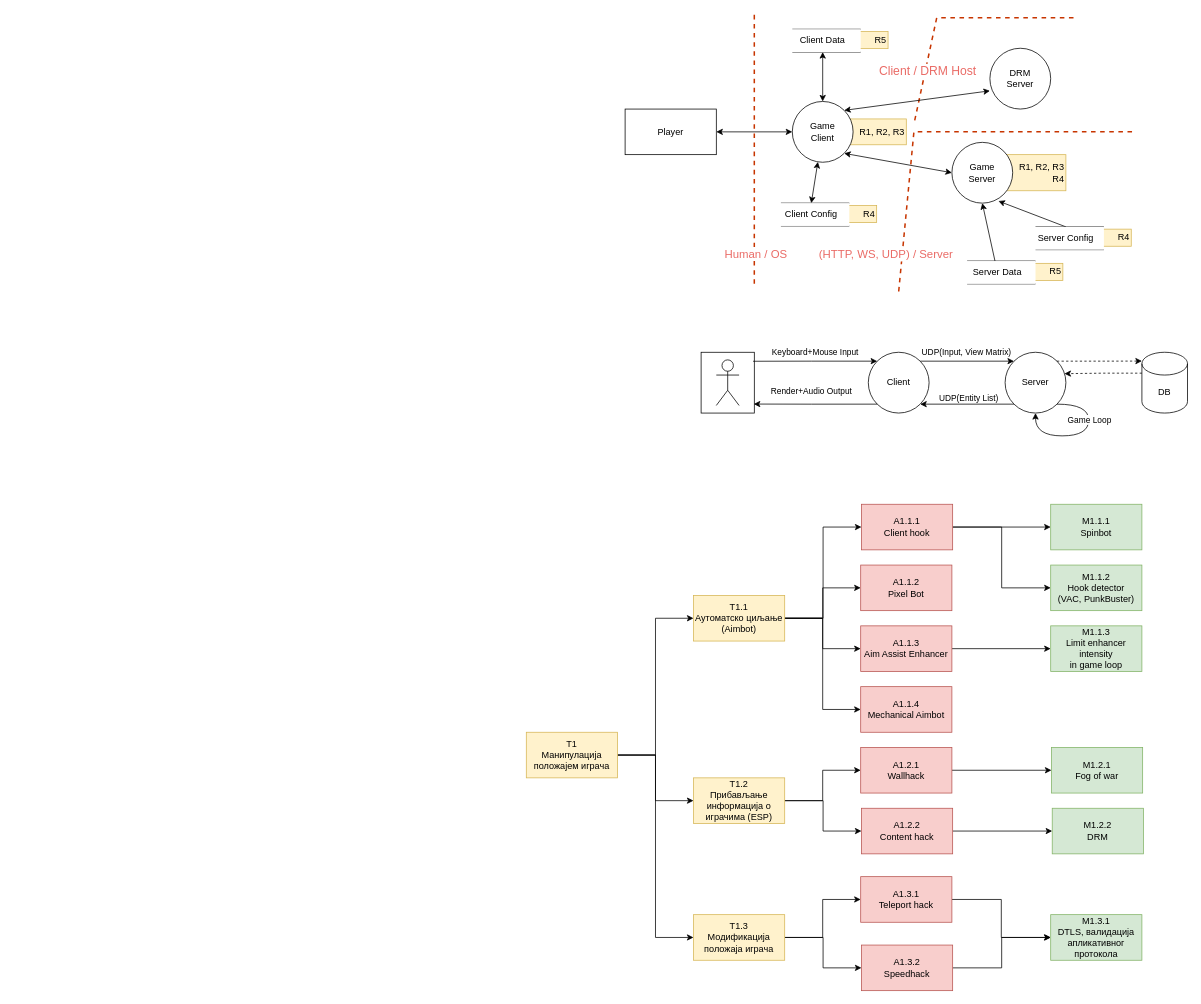
Earlier version of the draw.io diagram fps/diagram.drawio (magley/game-threat-model). Source tidied: cells renumbered, new cells numbered last; positions are measured from the earlier drawing's top-left corner, leaving out a move shared by most shapes. Both pictures are drawn from the tidied source at 76%, with x=0, y=0 at pixel (526, 14).
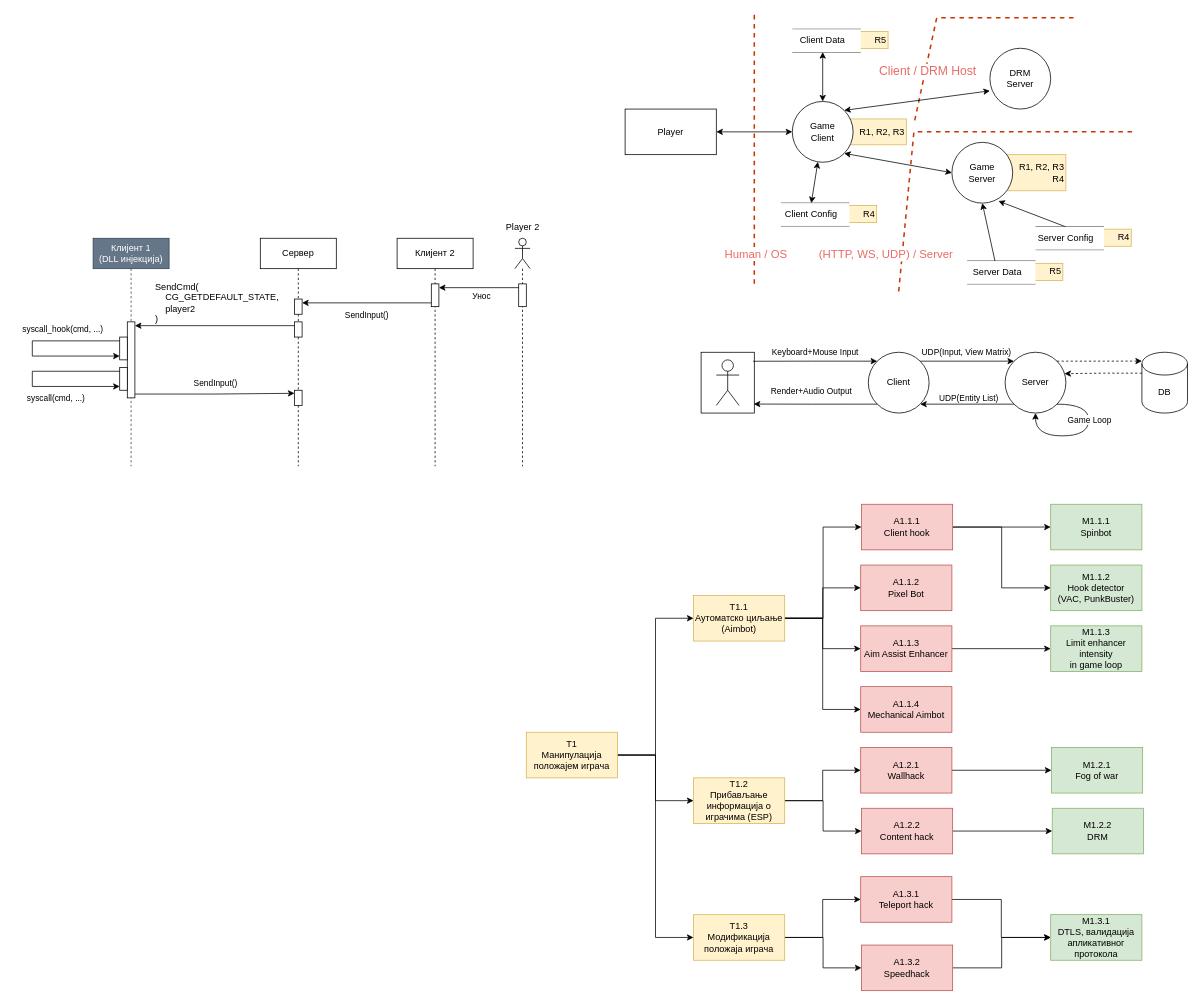
The same page after the edit.

Commit message (it also covers changes not shown here):
docs: Описан напад `client hook aimbot`

Diff of the diagram source:
```diff
@@
+    <mxCell id="90" value="Клијент 1&lt;div&gt;(DLL инјекција)&lt;/div&gt;" style="shape=umlLifeline;perimeter=lifelinePerimeter;whiteSpace=wrap;html=1;newEdgeStyle={&quot;curved&quot;:0,&quot;rounded&quot;:0};fillColor=#647687;fontColor=#ffffff;strokeColor=#314354;" parent="1" vertex="1">
+      <mxGeometry x="-570" y="295" width="100" height="300" as="geometry" />
+    </mxCell>
+    <mxCell id="91" style="edgeStyle=orthogonalEdgeStyle;rounded=0;jettySize=auto;html=1;curved=0;exitX=1;exitY=1;exitDx=0;exitDy=-5;exitPerimeter=0;" parent="90" edge="1" source="92">
+      <mxGeometry relative="1" as="geometry">
+        <mxPoint x="265" y="204" as="targetPoint" />
+      </mxGeometry>
+    </mxCell>
+    <mxCell id="92" style="html=1;points=[[0,0,0,0,5],[0,1,0,0,-5],[1,0,0,0,5],[1,1,0,0,-5]];perimeter=orthogonalPerimeter;outlineConnect=0;targetShapes=umlLifeline;portConstraint=eastwest;newEdgeStyle={&quot;curved&quot;:0,&quot;rounded&quot;:0};" parent="90" vertex="1">
+      <mxGeometry x="45" y="110" width="10" height="100" as="geometry" />
+    </mxCell>
+    <mxCell id="93" style="html=1;points=[[0,0,0,0,5],[0,1,0,0,-5],[1,0,0,0,5],[1,1,0,0,-5]];perimeter=orthogonalPerimeter;outlineConnect=0;targetShapes=umlLifeline;portConstraint=eastwest;newEdgeStyle={&quot;curved&quot;:0,&quot;rounded&quot;:0};" parent="90" vertex="1">
+      <mxGeometry x="35" y="130" width="10" height="30" as="geometry" />
+    </mxCell>
+    <mxCell id="94" style="edgeStyle=orthogonalEdgeStyle;rounded=0;orthogonalLoop=1;jettySize=auto;html=1;curved=0;exitX=0;exitY=0;exitDx=0;exitDy=5;exitPerimeter=0;entryX=0;entryY=1;entryDx=0;entryDy=-5;entryPerimeter=0;" parent="90" edge="1" source="93" target="93">
+      <mxGeometry relative="1" as="geometry">
+        <Array as="points">
+          <mxPoint x="-80" y="135" />
+          <mxPoint x="-80" y="155" />
+        </Array>
+      </mxGeometry>
+    </mxCell>
+    <mxCell id="95" style="html=1;points=[[0,0,0,0,5],[0,1,0,0,-5],[1,0,0,0,5],[1,1,0,0,-5]];perimeter=orthogonalPerimeter;outlineConnect=0;targetShapes=umlLifeline;portConstraint=eastwest;newEdgeStyle={&quot;curved&quot;:0,&quot;rounded&quot;:0};" parent="90" vertex="1">
+      <mxGeometry x="35" y="170" width="10" height="30" as="geometry" />
+    </mxCell>
+    <mxCell id="96" style="edgeStyle=orthogonalEdgeStyle;rounded=0;orthogonalLoop=1;jettySize=auto;html=1;curved=0;exitX=0;exitY=0;exitDx=0;exitDy=5;exitPerimeter=0;entryX=0;entryY=1;entryDx=0;entryDy=-5;entryPerimeter=0;" parent="90" edge="1" source="95" target="95">
+      <mxGeometry relative="1" as="geometry">
+        <Array as="points">
+          <mxPoint x="-80" y="175" />
+          <mxPoint x="-80" y="195" />
+        </Array>
+      </mxGeometry>
+    </mxCell>
+    <mxCell id="97" value="syscall(cmd, ...)" style="edgeLabel;html=1;align=center;verticalAlign=middle;" parent="96" vertex="1">
+      <mxGeometry x="-0.29" y="2" relative="1" as="geometry">
+        <mxPoint x="4" y="33" as="offset" />
+      </mxGeometry>
+    </mxCell>
+    <mxCell id="98" value="Сервер" style="shape=umlLifeline;perimeter=lifelinePerimeter;whiteSpace=wrap;html=1;newEdgeStyle={&quot;curved&quot;:0,&quot;rounded&quot;:0};" parent="1" vertex="1">
+      <mxGeometry x="-350" y="295" width="100" height="300" as="geometry" />
+    </mxCell>
+    <mxCell id="99" style="html=1;points=[[0,0,0,0,5],[0,1,0,0,-5],[1,0,0,0,5],[1,1,0,0,-5]];perimeter=orthogonalPerimeter;outlineConnect=0;targetShapes=umlLifeline;portConstraint=eastwest;newEdgeStyle={&quot;curved&quot;:0,&quot;rounded&quot;:0};" parent="98" vertex="1">
+      <mxGeometry x="45" y="80" width="10" height="20" as="geometry" />
+    </mxCell>
+    <mxCell id="100" style="html=1;points=[[0,0,0,0,5],[0,1,0,0,-5],[1,0,0,0,5],[1,1,0,0,-5]];perimeter=orthogonalPerimeter;outlineConnect=0;targetShapes=umlLifeline;portConstraint=eastwest;newEdgeStyle={&quot;curved&quot;:0,&quot;rounded&quot;:0};" parent="98" vertex="1">
+      <mxGeometry x="45" y="110" width="10" height="20" as="geometry" />
+    </mxCell>
+    <mxCell id="101" style="html=1;perimeter=orthogonalPerimeter;targetShapes=umlLifeline;newEdgeStyle={&quot;curved&quot;:0,&quot;rounded&quot;:0};" parent="98" vertex="1">
+      <mxGeometry x="45" y="200" width="10" height="20" as="geometry" />
+    </mxCell>
+    <mxCell id="102" value="Клијент 2" style="shape=umlLifeline;perimeter=lifelinePerimeter;whiteSpace=wrap;html=1;newEdgeStyle={&quot;curved&quot;:0,&quot;rounded&quot;:0};" parent="1" vertex="1">
+      <mxGeometry x="-170" y="295" width="100" height="300" as="geometry" />
+    </mxCell>
+    <mxCell id="103" style="html=1;points=[[0,0,0,0,5],[0,1,0,0,-5],[1,0,0,0,5],[1,1,0,0,-5]];perimeter=orthogonalPerimeter;outlineConnect=0;targetShapes=umlLifeline;portConstraint=eastwest;newEdgeStyle={&quot;curved&quot;:0,&quot;rounded&quot;:0};" parent="102" vertex="1">
+      <mxGeometry x="45" y="60" width="10" height="30" as="geometry" />
+    </mxCell>
+    <mxCell id="104" style="shape=umlLifeline;perimeter=lifelinePerimeter;whiteSpace=wrap;html=1;newEdgeStyle={&quot;curved&quot;:0,&quot;rounded&quot;:0};participant=umlActor;" parent="1" vertex="1">
+      <mxGeometry x="-15" y="295" width="20" height="300" as="geometry" />
+    </mxCell>
+    <mxCell id="105" style="html=1;points=[[0,0,0,0,5],[0,1,0,0,-5],[1,0,0,0,5],[1,1,0,0,-5]];perimeter=orthogonalPerimeter;outlineConnect=0;targetShapes=umlLifeline;portConstraint=eastwest;newEdgeStyle={&quot;curved&quot;:0,&quot;rounded&quot;:0};" parent="104" vertex="1">
+      <mxGeometry x="5" y="60" width="10" height="30" as="geometry" />
+    </mxCell>
+    <mxCell id="106" value="Player 2" style="text;html=1;align=center;verticalAlign=middle;strokeColor=none;fillColor=none;" parent="1" vertex="1">
+      <mxGeometry x="-40" y="265" width="70" height="30" as="geometry" />
+    </mxCell>
+    <mxCell id="107" style="edgeStyle=orthogonalEdgeStyle;rounded=0;jettySize=auto;html=1;curved=0;exitX=0;exitY=0;exitDx=0;exitDy=5;exitPerimeter=0;entryX=1;entryY=0;entryDx=0;entryDy=5;entryPerimeter=0;" parent="1" edge="1" source="105" target="103">
+      <mxGeometry relative="1" as="geometry" />
+    </mxCell>
+    <mxCell id="108" value="Унос" style="edgeLabel;html=1;align=center;verticalAlign=middle;" parent="107" vertex="1">
+      <mxGeometry x="0.18" y="3" relative="1" as="geometry">
+        <mxPoint x="12" y="7" as="offset" />
+      </mxGeometry>
+    </mxCell>
+    <mxCell id="109" style="edgeStyle=orthogonalEdgeStyle;rounded=0;jettySize=auto;html=1;curved=0;exitX=0;exitY=1;exitDx=0;exitDy=-5;exitPerimeter=0;entryX=1;entryY=0;entryDx=0;entryDy=5;entryPerimeter=0;" parent="1" edge="1" source="103" target="99">
+      <mxGeometry relative="1" as="geometry" />
+    </mxCell>
+    <mxCell id="110" value="SendInput()" style="edgeLabel;html=1;align=center;verticalAlign=middle;" parent="109" vertex="1">
+      <mxGeometry x="0.1" y="-3" relative="1" as="geometry">
+        <mxPoint x="8" y="18" as="offset" />
+      </mxGeometry>
+    </mxCell>
+    <mxCell id="111" style="edgeStyle=orthogonalEdgeStyle;rounded=0;jettySize=auto;html=1;curved=0;exitX=0;exitY=0;exitDx=0;exitDy=5;exitPerimeter=0;entryX=1;entryY=0;entryDx=0;entryDy=5;entryPerimeter=0;" parent="1" edge="1" source="100" target="92">
+      <mxGeometry relative="1" as="geometry" />
+    </mxCell>
+    <mxCell id="112" value="SendCmd(&lt;div&gt;&amp;nbsp; &amp;nbsp; CG_GETDEFAULT_STATE,&amp;nbsp;&lt;/div&gt;&lt;div&gt;&amp;nbsp; &amp;nbsp; player2&lt;/div&gt;&lt;div style=&quot;&quot;&gt;)&lt;/div&gt;" style="text;html=1;align=left;verticalAlign=middle;strokeColor=none;fillColor=none;" parent="1" vertex="1">
+      <mxGeometry x="-490" y="345" width="190" height="70" as="geometry" />
+    </mxCell>
+    <mxCell id="113" value="syscall_hook(cmd, ...)" style="text;html=1;align=center;verticalAlign=middle;strokeColor=none;fillColor=none;fontSize=11;" parent="1" vertex="1">
+      <mxGeometry x="-675" y="400" width="130" height="30" as="geometry" />
+    </mxCell>
+    <mxCell id="114" value="SendInput()" style="edgeLabel;html=1;align=center;verticalAlign=middle;" parent="1" vertex="1">
+      <mxGeometry x="-410" y="485" as="geometry" />
+    </mxCell>
```
